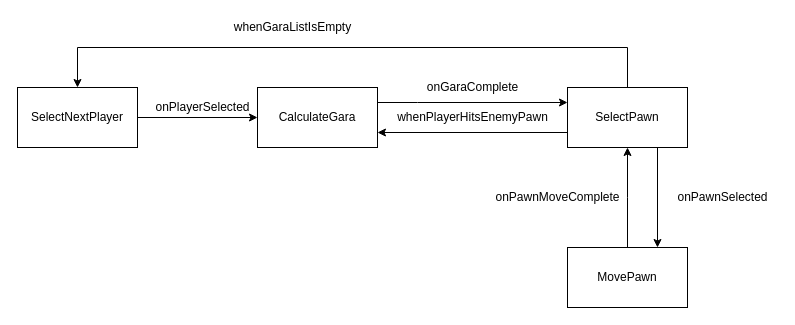
This is page "GameStateMachine" (2 of 3) of ChoukaBara.drawio from mohithsrao/GodotGameChoukaBara, a draw.io file, before an edit. Source tidied: cells renumbered, new cells numbered last; positions are measured from the earlier drawing's top-left corner, leaving out a move shared by most shapes. Both pictures are drawn from the tidied source at 100%, with x=0, y=0 at pixel (17, 17).
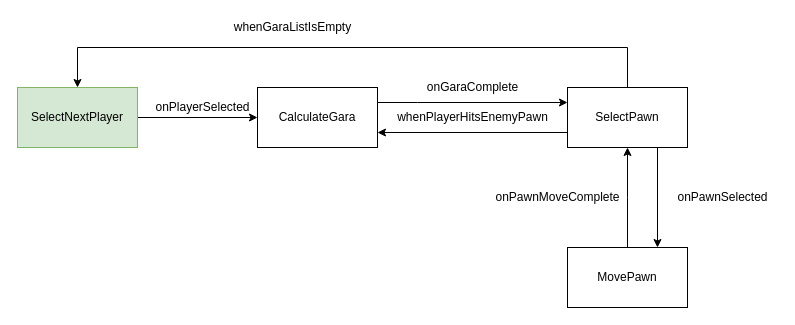
After the change.

What changed in the source:
```diff
@@
-    <mxCell id="3" value="SelectNextPlayer" style="rounded=0;whiteSpace=wrap;html=1;" parent="1" vertex="1">
+    <mxCell id="3" value="SelectNextPlayer" style="rounded=0;whiteSpace=wrap;html=1;fillColor=#d5e8d4;strokeColor=#82b366;" parent="1" vertex="1">
       <mxGeometry y="70" width="120" height="60" as="geometry" />
     </mxCell>
```
